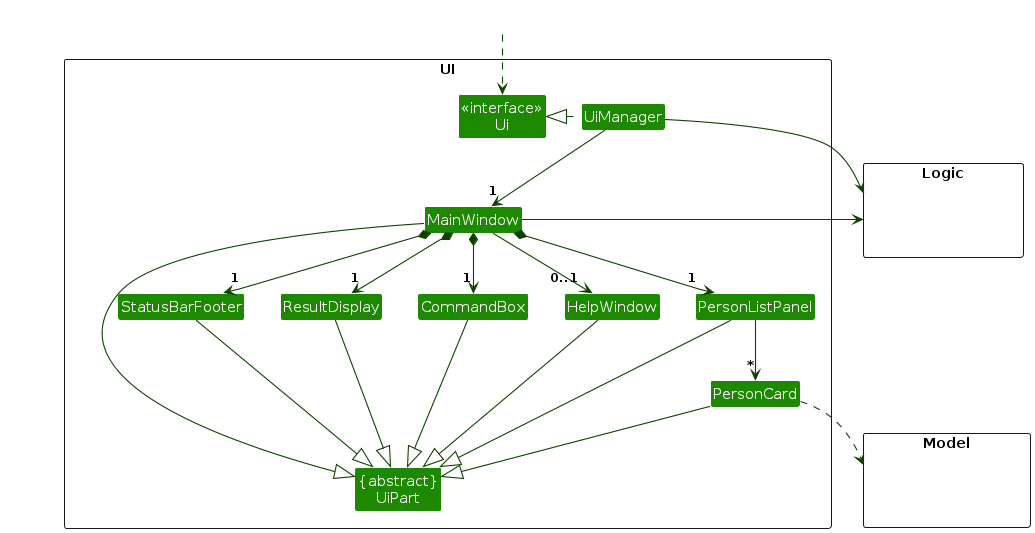
This is diagrams/UiClassDiagram.png from AY2627S1-CS2103T-W08-1/tp, a PlantUML export, as it was before one commit. Its source is kept beside it as diagrams/UiClassDiagram.puml.
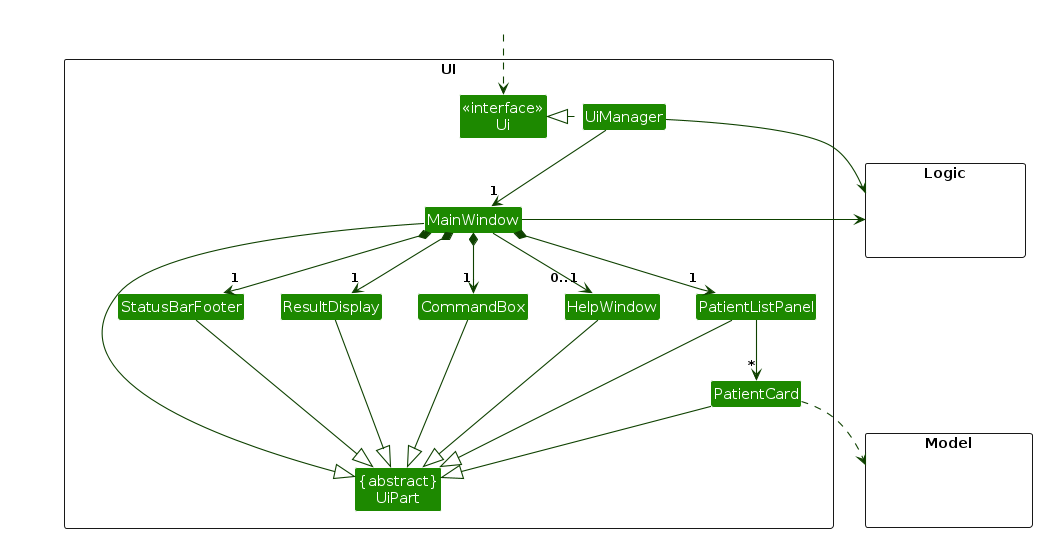
Later version of the same file.

What changed in the source:
```diff
@@ -11,8 +11,8 @@
 Class MainWindow
 Class HelpWindow
 Class ResultDisplay
-Class PersonListPanel
-Class PersonCard
+Class PatientListPanel
+Class PatientCard
 Class StatusBarFooter
 Class CommandBox
 }
@@ -32,26 +32,26 @@
 UiManager -down-> "1" MainWindow
 MainWindow *-down->  "1" CommandBox
 MainWindow *-down-> "1" ResultDisplay
-MainWindow *-down-> "1" PersonListPanel
+MainWindow *-down-> "1" PatientListPanel
 MainWindow *-down-> "1" StatusBarFooter
 MainWindow --> "0..1" HelpWindow
 
-PersonListPanel -down-> "*" PersonCard
+PatientListPanel -down-> "*" PatientCard
 
 MainWindow -left-|> UiPart
 
 ResultDisplay --|> UiPart
 CommandBox --|> UiPart
-PersonListPanel --|> UiPart
-PersonCard --|> UiPart
+PatientListPanel --|> UiPart
+PatientCard --|> UiPart
 StatusBarFooter --|> UiPart
 HelpWindow --|> UiPart
 
-PersonCard ..> Model
+PatientCard ..> Model
 UiManager -right-> Logic
 MainWindow -left-> Logic
 
-PersonListPanel -[hidden]left- HelpWindow
+PatientListPanel -[hidden]left- HelpWindow
 HelpWindow -[hidden]left- CommandBox
 CommandBox -[hidden]left- ResultDisplay
 ResultDisplay -[hidden]left- StatusBarFooter
```
